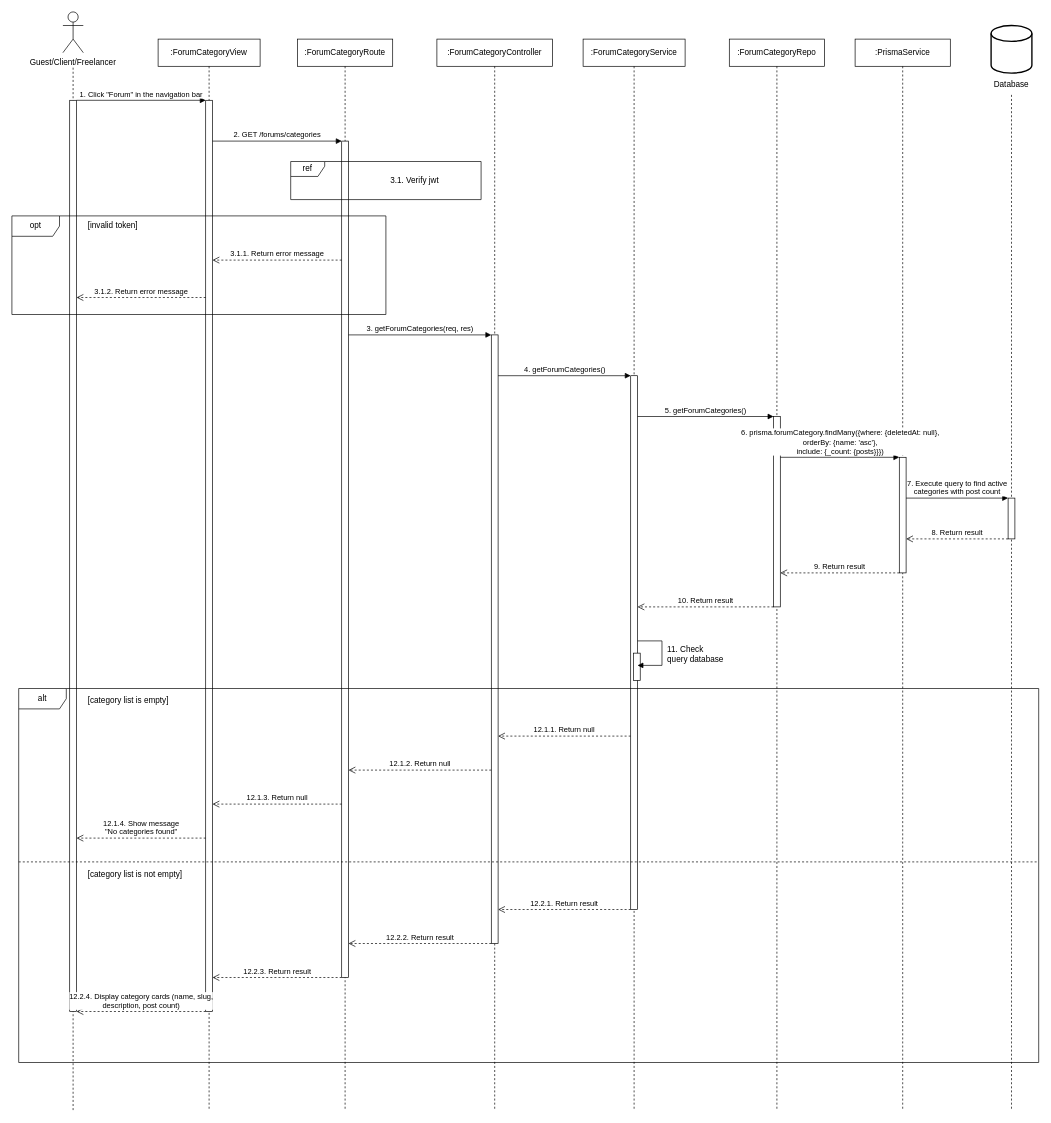
Above: sequence-diagrams/UC-14.01-view-forum-category-list.drawio in Thunggg/Frevia (draw.io), before the change. Source tidied: cells renumbered, new cells numbered last; positions are measured from the earlier drawing's top-left corner, leaving out a move shared by most shapes. Both pictures are drawn from the tidied source at 68%, with x=0, y=0 at pixel (12, 12).
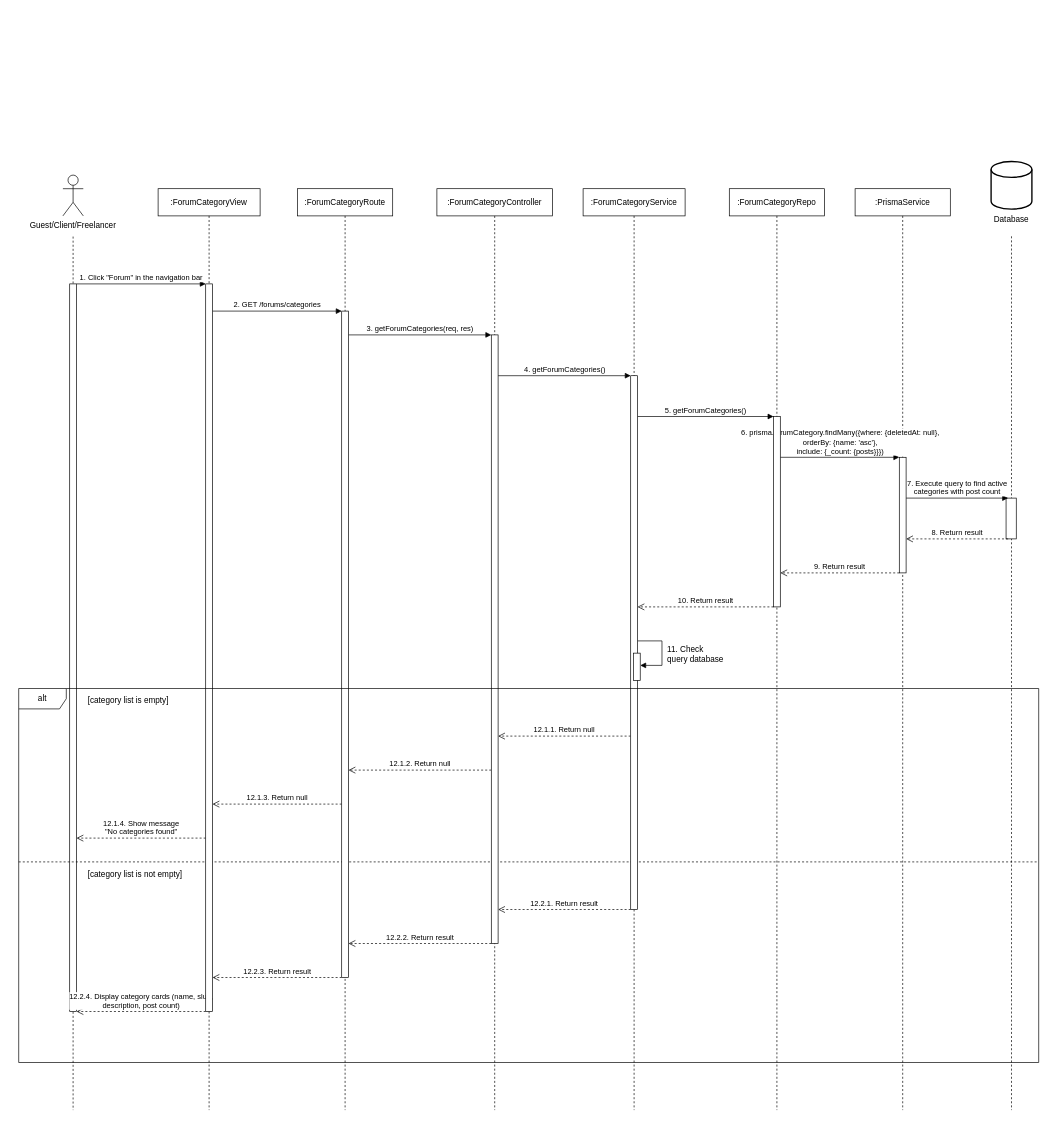
The same page after the edit.

Change to the diagram source:
```diff
@@
     <mxCell id="2" value="Guest/Client/Freelancer" style="shape=umlActor;verticalLabelPosition=bottom;verticalAlign=top;html=1;whiteSpace=wrap;" parent="1" vertex="1">
-      <mxGeometry x="75" width="30" height="60" as="geometry" />
+      <mxGeometry x="75" y="240" width="30" height="60" as="geometry" />
     </mxCell>
-    <mxCell id="3" style="strokeWidth=2;html=1;shape=mxgraph.flowchart.database;whiteSpace=wrap;" parent="1" vertex="1">
-      <mxGeometry x="1440" y="20" width="60" height="70" as="geometry" />
-    </mxCell>
-    <mxCell id="4" value="Database" style="text;html=1;align=center;verticalAlign=middle;whiteSpace=wrap;rounded=0;" parent="1" vertex="1">
-      <mxGeometry x="1440" y="92" width="60" height="30" as="geometry" />
-    </mxCell>
     <mxCell id="5" style="endArrow=none;dashed=1;html=1;rounded=0;" parent="1" edge="1">
       <mxGeometry relative="1" as="geometry">
-        <mxPoint x="90" y="82" as="sourcePoint" />
+        <mxPoint x="90" y="330.4" as="sourcePoint" />
         <mxPoint x="90" y="1615" as="targetPoint" />
       </mxGeometry>
     </mxCell>
     <mxCell id="6" style="endArrow=none;dashed=1;html=1;rounded=0;" parent="1" edge="1">
       <mxGeometry relative="1" as="geometry">
-        <mxPoint x="1470" y="122" as="sourcePoint" />
+        <mxPoint x="1470" y="330" as="sourcePoint" />
         <mxPoint x="1470" y="1615" as="targetPoint" />
       </mxGeometry>
     </mxCell>
     <mxCell id="7" value=":ForumCategoryView" style="shape=umlLifeline;perimeter=lifelinePerimeter;whiteSpace=wrap;html=1;newEdgeStyle={&quot;curved&quot;:0,&quot;rounded&quot;:0};" parent="1" vertex="1">
-      <mxGeometry x="215" y="40" width="150" height="1575" as="geometry" />
+      <mxGeometry x="215" y="260" width="150" height="1355" as="geometry" />
     </mxCell>
-    <mxCell id="8" style="html=1;perimeter=orthogonalPerimeter;targetShapes=umlLifeline;newEdgeStyle={&quot;curved&quot;:0,&quot;rounded&quot;:0};" parent="7" vertex="1">
-      <mxGeometry x="70" y="90" width="10" height="1340" as="geometry" />
-    </mxCell>
     <mxCell id="9" value=":ForumCategoryRoute" style="shape=umlLifeline;perimeter=lifelinePerimeter;whiteSpace=wrap;html=1;newEdgeStyle={&quot;curved&quot;:0,&quot;rounded&quot;:0};" parent="1" vertex="1">
-      <mxGeometry x="420" y="40" width="140" height="1575" as="geometry" />
+      <mxGeometry x="420" y="260" width="140" height="1355" as="geometry" />
     </mxCell>
-    <mxCell id="10" style="html=1;perimeter=orthogonalPerimeter;targetShapes=umlLifeline;newEdgeStyle={&quot;curved&quot;:0,&quot;rounded&quot;:0};" parent="9" vertex="1">
-      <mxGeometry x="65" y="150" width="10" height="1230" as="geometry" />
-    </mxCell>
     <mxCell id="11" value=":ForumCategoryController" style="shape=umlLifeline;perimeter=lifelinePerimeter;whiteSpace=wrap;html=1;newEdgeStyle={&quot;curved&quot;:0,&quot;rounded&quot;:0};" parent="1" vertex="1">
-      <mxGeometry x="625" y="40" width="170" height="1575" as="geometry" />
+      <mxGeometry x="625" y="260" width="170" height="1355" as="geometry" />
     </mxCell>
-    <mxCell id="12" style="html=1;perimeter=orthogonalPerimeter;targetShapes=umlLifeline;newEdgeStyle={&quot;curved&quot;:0,&quot;rounded&quot;:0};" parent="11" vertex="1">
-      <mxGeometry x="80" y="435" width="10" height="895" as="geometry" />
-    </mxCell>
     <mxCell id="13" value=":ForumCategoryService" style="shape=umlLifeline;perimeter=lifelinePerimeter;whiteSpace=wrap;html=1;newEdgeStyle={&quot;curved&quot;:0,&quot;rounded&quot;:0};" parent="1" vertex="1">
-      <mxGeometry x="840" y="40" width="150" height="1575" as="geometry" />
+      <mxGeometry x="840" y="260" width="150" height="1355" as="geometry" />
     </mxCell>
-    <mxCell id="14" style="html=1;perimeter=orthogonalPerimeter;targetShapes=umlLifeline;newEdgeStyle={&quot;curved&quot;:0,&quot;rounded&quot;:0};" parent="13" vertex="1">
-      <mxGeometry x="70" y="495" width="10" height="785" as="geometry" />
-    </mxCell>
-    <mxCell id="15" style="html=1;points=[[0,0,0,0,5],[0,1,0,0,-5],[1,0,0,0,5],[1,1,0,0,-5]];perimeter=orthogonalPerimeter;outlineConnect=0;targetShapes=umlLifeline;portConstraint=eastwest;newEdgeStyle={&quot;curved&quot;:0,&quot;rounded&quot;:0};" parent="13" vertex="1">
-      <mxGeometry x="74" y="903" width="10" height="40" as="geometry" />
-    </mxCell>
     <mxCell id="16" value=":ForumCategoryRepo" style="shape=umlLifeline;perimeter=lifelinePerimeter;whiteSpace=wrap;html=1;newEdgeStyle={&quot;curved&quot;:0,&quot;rounded&quot;:0};" parent="1" vertex="1">
-      <mxGeometry x="1055" y="40" width="140" height="1575" as="geometry" />
+      <mxGeometry x="1055" y="260" width="140" height="1355" as="geometry" />
     </mxCell>
-    <mxCell id="17" style="html=1;perimeter=orthogonalPerimeter;targetShapes=umlLifeline;newEdgeStyle={&quot;curved&quot;:0,&quot;rounded&quot;:0};" parent="16" vertex="1">
-      <mxGeometry x="65" y="555" width="10" height="280" as="geometry" />
-    </mxCell>
     <mxCell id="18" value=":PrismaService" style="shape=umlLifeline;perimeter=lifelinePerimeter;whiteSpace=wrap;html=1;newEdgeStyle={&quot;curved&quot;:0,&quot;rounded&quot;:0};" parent="1" vertex="1">
-      <mxGeometry x="1240" y="40" width="140" height="1575" as="geometry" />
+      <mxGeometry x="1240" y="260" width="140" height="1355" as="geometry" />
     </mxCell>
-    <mxCell id="19" style="html=1;perimeter=orthogonalPerimeter;targetShapes=umlLifeline;newEdgeStyle={&quot;curved&quot;:0,&quot;rounded&quot;:0};" parent="18" vertex="1">
-      <mxGeometry x="65" y="615" width="10" height="170" as="geometry" />
-    </mxCell>
     <mxCell id="20" style="html=1;perimeter=orthogonalPerimeter;targetShapes=umlLifeline;newEdgeStyle={&quot;curved&quot;:0,&quot;rounded&quot;:0};" parent="1" vertex="1">
-      <mxGeometry x="85" y="130" width="10" height="1340" as="geometry" />
+      <mxGeometry x="85" y="400" width="10" height="1070" as="geometry" />
     </mxCell>
     <mxCell id="21" style="html=1;perimeter=orthogonalPerimeter;targetShapes=umlLifeline;newEdgeStyle={&quot;curved&quot;:0,&quot;rounded&quot;:0};" parent="1" vertex="1">
-      <mxGeometry x="1465" y="715" width="10" height="60" as="geometry" />
+      <mxGeometry x="1462" y="715" width="15" height="60" as="geometry" />
     </mxCell>
     <mxCell id="22" value="1. Click &quot;Forum&quot; in the navigation bar" style="html=1;verticalAlign=bottom;endArrow=block;curved=0;rounded=0;" parent="1" edge="1">
       <mxGeometry relative="1" as="geometry">
-        <mxPoint x="95" y="130" as="sourcePoint" />
-        <mxPoint x="285" y="130" as="targetPoint" />
+        <mxPoint x="95" y="400" as="sourcePoint" />
+        <mxPoint x="285" y="400" as="targetPoint" />
       </mxGeometry>
     </mxCell>
     <mxCell id="23" value="2. GET /forums/categories" style="html=1;verticalAlign=bottom;endArrow=block;curved=0;rounded=0;" parent="1" edge="1">
       <mxGeometry relative="1" as="geometry">
-        <mxPoint x="295" y="190" as="sourcePoint" />
-        <mxPoint x="485" y="190" as="targetPoint" />
+        <mxPoint x="295" y="440" as="sourcePoint" />
+        <mxPoint x="485" y="440" as="targetPoint" />
       </mxGeometry>
     </mxCell>
-    <mxCell id="24" value="ref" style="shape=umlFrame;whiteSpace=wrap;html=1;width=50;height=22;fontSize=12;fillColor=none;" parent="1" vertex="1">
-      <mxGeometry x="410" y="220" width="280" height="56" as="geometry" />
-    </mxCell>
-    <mxCell id="25" value="3.1. Verify jwt" style="text;html=1;whiteSpace=wrap;strokeColor=none;fillColor=none;align=center;verticalAlign=middle;rounded=0;fontSize=12;" parent="1" vertex="1">
-      <mxGeometry x="505" y="233" width="175" height="30" as="geometry" />
-    </mxCell>
-    <mxCell id="26" value="opt" style="shape=umlFrame;whiteSpace=wrap;html=1;width=70;height=30;fontSize=12;fillColor=none;" parent="1" vertex="1">
-      <mxGeometry y="300" width="550" height="145" as="geometry" />
-    </mxCell>
-    <mxCell id="27" value="[invalid token]" style="text;html=1;align=left;verticalAlign=middle;whiteSpace=wrap;rounded=0;fontSize=12;" parent="1" vertex="1">
-      <mxGeometry x="110" y="300" width="120" height="30" as="geometry" />
-    </mxCell>
-    <mxCell id="28" value="3.1.1. Return error message" style="html=1;verticalAlign=bottom;endArrow=open;dashed=1;endSize=8;curved=0;rounded=0;" parent="1" edge="1">
-      <mxGeometry relative="1" as="geometry">
-        <mxPoint x="485" y="365" as="sourcePoint" />
-        <mxPoint x="295" y="365" as="targetPoint" />
-      </mxGeometry>
-    </mxCell>
-    <mxCell id="29" value="3.1.2. Return error message" style="html=1;verticalAlign=bottom;endArrow=open;dashed=1;endSize=8;curved=0;rounded=0;" parent="1" edge="1">
-      <mxGeometry relative="1" as="geometry">
-        <mxPoint x="285" y="420" as="sourcePoint" />
-        <mxPoint x="95" y="420" as="targetPoint" />
-      </mxGeometry>
-    </mxCell>
@@
-    <mxCell id="38" style="html=1;verticalAlign=bottom;endArrow=block;curved=0;rounded=0;" parent="1" edge="1">
-      <mxGeometry relative="1" as="geometry">
+    <mxCell id="38" style="html=1;verticalAlign=bottom;endArrow=block;curved=0;rounded=0;" parent="1" edge="1" target="15">
+      <mxGeometry x="0.04" relative="1" as="geometry">
         <mxPoint x="920" y="925" as="sourcePoint" />
-        <mxPoint x="920" y="961" as="targetPoint" />
         <Array as="points">
           <mxPoint x="956" y="925" />
           <mxPoint x="956" y="961" />
         </Array>
       </mxGeometry>
     </mxCell>
@@
-    <mxCell id="48" value="alt" style="shape=umlFrame;whiteSpace=wrap;html=1;width=70;height=30;fillColor=none;" parent="1" vertex="1">
-      <mxGeometry x="10" y="995" width="1500" height="550" as="geometry" />
-    </mxCell>
@@
+    <mxCell id="8" style="html=1;perimeter=orthogonalPerimeter;targetShapes=umlLifeline;newEdgeStyle={&quot;curved&quot;:0,&quot;rounded&quot;:0};" parent="1" vertex="1">
+      <mxGeometry x="285" y="400" width="10" height="1070" as="geometry" />
+    </mxCell>
+    <mxCell id="10" style="html=1;perimeter=orthogonalPerimeter;targetShapes=umlLifeline;newEdgeStyle={&quot;curved&quot;:0,&quot;rounded&quot;:0};" parent="1" vertex="1">
+      <mxGeometry x="485" y="440" width="10" height="980" as="geometry" />
+    </mxCell>
+    <mxCell id="12" style="html=1;perimeter=orthogonalPerimeter;targetShapes=umlLifeline;newEdgeStyle={&quot;curved&quot;:0,&quot;rounded&quot;:0};" parent="1" vertex="1">
+      <mxGeometry x="705" y="475" width="10" height="895" as="geometry" />
+    </mxCell>
+    <mxCell id="14" style="html=1;perimeter=orthogonalPerimeter;targetShapes=umlLifeline;newEdgeStyle={&quot;curved&quot;:0,&quot;rounded&quot;:0};" parent="1" vertex="1">
+      <mxGeometry x="910" y="535" width="10" height="785" as="geometry" />
+    </mxCell>
+    <mxCell id="15" style="html=1;points=[[0,0,0,0,5],[0,1,0,0,-5],[1,0,0,0,5],[1,1,0,0,-5]];perimeter=orthogonalPerimeter;outlineConnect=0;targetShapes=umlLifeline;portConstraint=eastwest;newEdgeStyle={&quot;curved&quot;:0,&quot;rounded&quot;:0};" parent="1" vertex="1">
+      <mxGeometry x="914" y="943" width="10" height="40" as="geometry" />
+    </mxCell>
+    <mxCell id="17" style="html=1;perimeter=orthogonalPerimeter;targetShapes=umlLifeline;newEdgeStyle={&quot;curved&quot;:0,&quot;rounded&quot;:0};" parent="1" vertex="1">
+      <mxGeometry x="1120" y="595" width="10" height="280" as="geometry" />
+    </mxCell>
+    <mxCell id="19" style="html=1;perimeter=orthogonalPerimeter;targetShapes=umlLifeline;newEdgeStyle={&quot;curved&quot;:0,&quot;rounded&quot;:0};" parent="1" vertex="1">
+      <mxGeometry x="1305" y="655" width="10" height="170" as="geometry" />
+    </mxCell>
+    <mxCell id="52" style="group;" parent="1" vertex="1">
+      <mxGeometry x="1440" y="220" width="60" height="100" as="geometry" />
+    </mxCell>
+    <mxCell id="3" style="strokeWidth=2;html=1;shape=mxgraph.flowchart.database;whiteSpace=wrap;" parent="52" vertex="1">
+      <mxGeometry width="60" height="70" as="geometry" />
+    </mxCell>
+    <mxCell id="4" value="Database" style="text;html=1;align=center;verticalAlign=middle;whiteSpace=wrap;rounded=0;" parent="52" vertex="1">
+      <mxGeometry y="70" width="60" height="30" as="geometry" />
+    </mxCell>
+    <mxCell id="48" value="alt" style="shape=umlFrame;whiteSpace=wrap;html=1;width=70;height=30;fillColor=none;" parent="1" vertex="1">
+      <mxGeometry x="10" y="995" width="1500" height="550" as="geometry" />
+    </mxCell>
```
